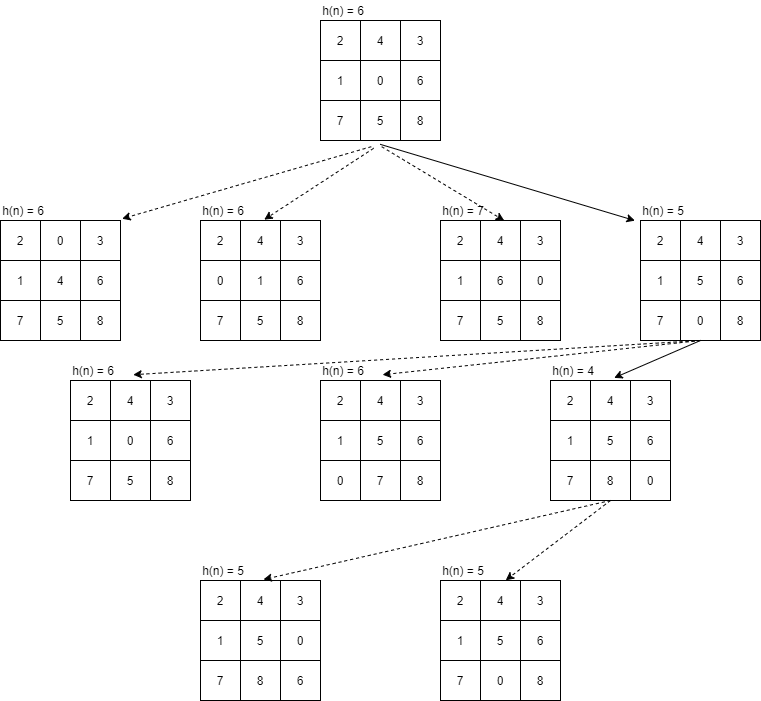
Before: 8-puzzle-heuristic.png, a diagram exported from draw.io (waterfog9580/8puzzle). Source tidied: cells renumbered, new cells last; positions are measured from the earlier drawing's top-left corner, leaving out a move shared by most shapes.
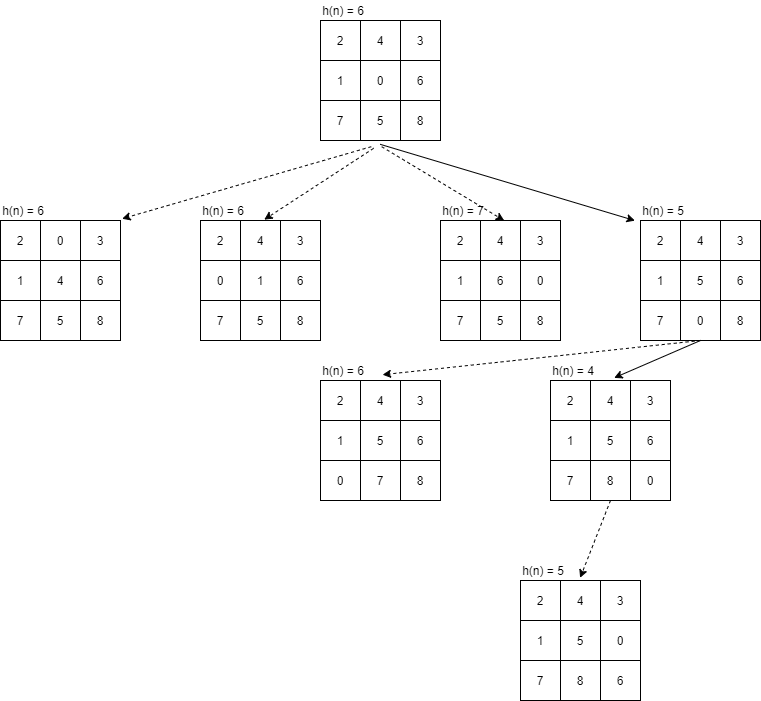
After the commit.

What changed in the source:
```diff
@@ -284,51 +284,6 @@
     <mxCell id="95" value="8" style="shape=partialRectangle;html=1;whiteSpace=wrap;fillColor=none;top=0;left=0;bottom=0;right=0;overflow=hidden;" parent="92" vertex="1">
       <mxGeometry x="80" width="40" height="40" as="geometry" />
     </mxCell>
-    <mxCell id="96" style="group;" parent="1" vertex="1">
-      <mxGeometry x="70" y="360" width="120" height="140" as="geometry" />
-    </mxCell>
-    <mxCell id="97" value="h(n) = 6" style="text;html=1;strokeColor=none;fillColor=none;align=center;verticalAlign=middle;whiteSpace=wrap;rounded=0;" parent="96" vertex="1">
-      <mxGeometry width="46" height="20" as="geometry" />
-    </mxCell>
-    <mxCell id="98" style="shape=table;html=1;whiteSpace=wrap;startSize=0;" parent="96" vertex="1">
-      <mxGeometry y="20" width="120" height="120" as="geometry" />
-    </mxCell>
-    <mxCell id="99" style="shape=partialRectangle;html=1;whiteSpace=wrap;fillColor=none;top=0;left=0;bottom=0;right=0;points=[[0,0.5],[1,0.5]];portConstraint=eastwest;" parent="98" vertex="1">
-      <mxGeometry width="120" height="40" as="geometry" />
-    </mxCell>
-    <mxCell id="100" value="2" style="shape=partialRectangle;html=1;whiteSpace=wrap;fillColor=none;top=0;left=0;bottom=0;right=0;overflow=hidden;" parent="99" vertex="1">
-      <mxGeometry width="40" height="40" as="geometry" />
-    </mxCell>
-    <mxCell id="101" value="4" style="shape=partialRectangle;html=1;whiteSpace=wrap;fillColor=none;top=0;left=0;bottom=0;right=0;overflow=hidden;" parent="99" vertex="1">
-      <mxGeometry x="40" width="40" height="40" as="geometry" />
-    </mxCell>
-    <mxCell id="102" value="3" style="shape=partialRectangle;html=1;whiteSpace=wrap;fillColor=none;top=0;left=0;bottom=0;right=0;overflow=hidden;" parent="99" vertex="1">
-      <mxGeometry x="80" width="40" height="40" as="geometry" />
-    </mxCell>
-    <mxCell id="103" style="shape=partialRectangle;html=1;whiteSpace=wrap;fillColor=none;top=0;left=0;bottom=0;right=0;" parent="98" vertex="1">
-      <mxGeometry y="40" width="120" height="40" as="geometry" />
-    </mxCell>
-    <mxCell id="104" value="1" style="shape=partialRectangle;html=1;whiteSpace=wrap;fillColor=none;top=0;left=0;bottom=0;right=0;overflow=hidden;" parent="103" vertex="1">
-      <mxGeometry width="40" height="40" as="geometry" />
-    </mxCell>
-    <mxCell id="105" value="0" style="shape=partialRectangle;html=1;whiteSpace=wrap;fillColor=none;top=0;left=0;bottom=0;right=0;overflow=hidden;" parent="103" vertex="1">
-      <mxGeometry x="40" width="40" height="40" as="geometry" />
-    </mxCell>
-    <mxCell id="106" value="6" style="shape=partialRectangle;html=1;whiteSpace=wrap;fillColor=none;top=0;left=0;bottom=0;right=0;overflow=hidden;" parent="103" vertex="1">
-      <mxGeometry x="80" width="40" height="40" as="geometry" />
-    </mxCell>
-    <mxCell id="107" style="shape=partialRectangle;html=1;whiteSpace=wrap;fillColor=none;top=0;left=0;bottom=0;right=0;" parent="98" vertex="1">
-      <mxGeometry y="80" width="120" height="40" as="geometry" />
-    </mxCell>
-    <mxCell id="108" value="7" style="shape=partialRectangle;html=1;whiteSpace=wrap;fillColor=none;top=0;left=0;bottom=0;right=0;overflow=hidden;" parent="107" vertex="1">
-      <mxGeometry width="40" height="40" as="geometry" />
-    </mxCell>
-    <mxCell id="109" value="5" style="shape=partialRectangle;html=1;whiteSpace=wrap;fillColor=none;top=0;left=0;bottom=0;right=0;overflow=hidden;" parent="107" vertex="1">
-      <mxGeometry x="40" width="40" height="40" as="geometry" />
-    </mxCell>
-    <mxCell id="110" value="8" style="shape=partialRectangle;html=1;whiteSpace=wrap;fillColor=none;top=0;left=0;bottom=0;right=0;overflow=hidden;" parent="107" vertex="1">
-      <mxGeometry x="80" width="40" height="40" as="geometry" />
-    </mxCell>
     <mxCell id="111" style="group;" parent="1" vertex="1">
       <mxGeometry x="550" y="360" width="120" height="140" as="geometry" />
     </mxCell>
@@ -374,11 +329,6 @@
     <mxCell id="125" value="0" style="shape=partialRectangle;html=1;whiteSpace=wrap;fillColor=none;top=0;left=0;bottom=0;right=0;overflow=hidden;" parent="122" vertex="1">
       <mxGeometry x="80" width="40" height="40" as="geometry" />
     </mxCell>
-    <mxCell id="126" style="endArrow=classic;html=1;shadow=0;entryX=0.523;entryY=-0.145;entryDx=0;entryDy=0;entryPerimeter=0;dashed=1;" parent="1" edge="1" target="99">
-      <mxGeometry relative="1" as="geometry">
-        <mxPoint x="700" y="340" as="sourcePoint" />
-      </mxGeometry>
-    </mxCell>
     <mxCell id="127" style="endArrow=classic;html=1;shadow=0;entryX=0.517;entryY=-0.145;entryDx=0;entryDy=0;entryPerimeter=0;dashed=1;" parent="1" edge="1" target="84">
       <mxGeometry relative="1" as="geometry">
         <mxPoint x="700" y="340" as="sourcePoint" />
@@ -389,53 +339,8 @@
         <mxPoint x="700" y="340" as="sourcePoint" />
       </mxGeometry>
     </mxCell>
-    <mxCell id="129" style="group;" parent="1" vertex="1">
-      <mxGeometry x="440" y="560" width="120" height="140" as="geometry" />
-    </mxCell>
-    <mxCell id="130" value="h(n) = 5" style="text;html=1;strokeColor=none;fillColor=none;align=center;verticalAlign=middle;whiteSpace=wrap;rounded=0;" parent="129" vertex="1">
-      <mxGeometry width="46" height="20" as="geometry" />
-    </mxCell>
-    <mxCell id="131" style="shape=table;html=1;whiteSpace=wrap;startSize=0;" parent="129" vertex="1">
-      <mxGeometry y="20" width="120" height="120" as="geometry" />
-    </mxCell>
-    <mxCell id="132" style="shape=partialRectangle;html=1;whiteSpace=wrap;fillColor=none;top=0;left=0;bottom=0;right=0;points=[[0,0.5],[1,0.5]];portConstraint=eastwest;" parent="131" vertex="1">
-      <mxGeometry width="120" height="40" as="geometry" />
-    </mxCell>
-    <mxCell id="133" value="2" style="shape=partialRectangle;html=1;whiteSpace=wrap;fillColor=none;top=0;left=0;bottom=0;right=0;overflow=hidden;" parent="132" vertex="1">
-      <mxGeometry width="40" height="40" as="geometry" />
-    </mxCell>
-    <mxCell id="134" value="4" style="shape=partialRectangle;html=1;whiteSpace=wrap;fillColor=none;top=0;left=0;bottom=0;right=0;overflow=hidden;" parent="132" vertex="1">
-      <mxGeometry x="40" width="40" height="40" as="geometry" />
-    </mxCell>
-    <mxCell id="135" value="3" style="shape=partialRectangle;html=1;whiteSpace=wrap;fillColor=none;top=0;left=0;bottom=0;right=0;overflow=hidden;" parent="132" vertex="1">
-      <mxGeometry x="80" width="40" height="40" as="geometry" />
-    </mxCell>
-    <mxCell id="136" style="shape=partialRectangle;html=1;whiteSpace=wrap;fillColor=none;top=0;left=0;bottom=0;right=0;" parent="131" vertex="1">
-      <mxGeometry y="40" width="120" height="40" as="geometry" />
-    </mxCell>
-    <mxCell id="137" value="1" style="shape=partialRectangle;html=1;whiteSpace=wrap;fillColor=none;top=0;left=0;bottom=0;right=0;overflow=hidden;" parent="136" vertex="1">
-      <mxGeometry width="40" height="40" as="geometry" />
-    </mxCell>
-    <mxCell id="138" value="5" style="shape=partialRectangle;html=1;whiteSpace=wrap;fillColor=none;top=0;left=0;bottom=0;right=0;overflow=hidden;" parent="136" vertex="1">
-      <mxGeometry x="40" width="40" height="40" as="geometry" />
-    </mxCell>
-    <mxCell id="139" value="6" style="shape=partialRectangle;html=1;whiteSpace=wrap;fillColor=none;top=0;left=0;bottom=0;right=0;overflow=hidden;" parent="136" vertex="1">
-      <mxGeometry x="80" width="40" height="40" as="geometry" />
-    </mxCell>
-    <mxCell id="140" style="shape=partialRectangle;html=1;whiteSpace=wrap;fillColor=none;top=0;left=0;bottom=0;right=0;" parent="131" vertex="1">
-      <mxGeometry y="80" width="120" height="40" as="geometry" />
-    </mxCell>
-    <mxCell id="141" value="7" style="shape=partialRectangle;html=1;whiteSpace=wrap;fillColor=none;top=0;left=0;bottom=0;right=0;overflow=hidden;" parent="140" vertex="1">
-      <mxGeometry width="40" height="40" as="geometry" />
-    </mxCell>
-    <mxCell id="142" value="0" style="shape=partialRectangle;html=1;whiteSpace=wrap;fillColor=none;top=0;left=0;bottom=0;right=0;overflow=hidden;" parent="140" vertex="1">
-      <mxGeometry x="40" width="40" height="40" as="geometry" />
-    </mxCell>
-    <mxCell id="143" value="8" style="shape=partialRectangle;html=1;whiteSpace=wrap;fillColor=none;top=0;left=0;bottom=0;right=0;overflow=hidden;" parent="140" vertex="1">
-      <mxGeometry x="80" width="40" height="40" as="geometry" />
-    </mxCell>
     <mxCell id="144" style="group;" parent="1" vertex="1">
-      <mxGeometry x="200" y="560" width="120" height="140" as="geometry" />
+      <mxGeometry x="520" y="560" width="120" height="140" as="geometry" />
     </mxCell>
     <mxCell id="145" value="h(n) = 5" style="text;html=1;strokeColor=none;fillColor=none;align=center;verticalAlign=middle;whiteSpace=wrap;rounded=0;" parent="144" vertex="1">
       <mxGeometry width="46" height="20" as="geometry" />
@@ -479,16 +384,10 @@
     <mxCell id="158" value="6" style="shape=partialRectangle;html=1;whiteSpace=wrap;fillColor=none;top=0;left=0;bottom=0;right=0;overflow=hidden;" parent="155" vertex="1">
       <mxGeometry x="80" width="40" height="40" as="geometry" />
     </mxCell>
-    <mxCell id="159" style="endArrow=classic;html=1;shadow=0;dashed=1;" parent="1" edge="1">
+    <mxCell id="159" style="endArrow=classic;html=1;shadow=0;dashed=1;entryX=0.497;entryY=-0.065;entryDx=0;entryDy=0;entryPerimeter=0;" parent="1" edge="1" target="147">
       <mxGeometry relative="1" as="geometry">
         <mxPoint x="610" y="500" as="sourcePoint" />
-        <mxPoint x="263" y="579" as="targetPoint" />
       </mxGeometry>
     </mxCell>
-    <mxCell id="160" style="endArrow=classic;html=1;shadow=0;dashed=1;entryX=0.543;entryY=-0.005;entryDx=0;entryDy=0;entryPerimeter=0;" parent="1" edge="1" target="132">
-      <mxGeometry relative="1" as="geometry">
-        <mxPoint x="610" y="500" as="sourcePoint" />
-      </mxGeometry>
-    </mxCell>
   </root>
 </mxGraphModel>
```
